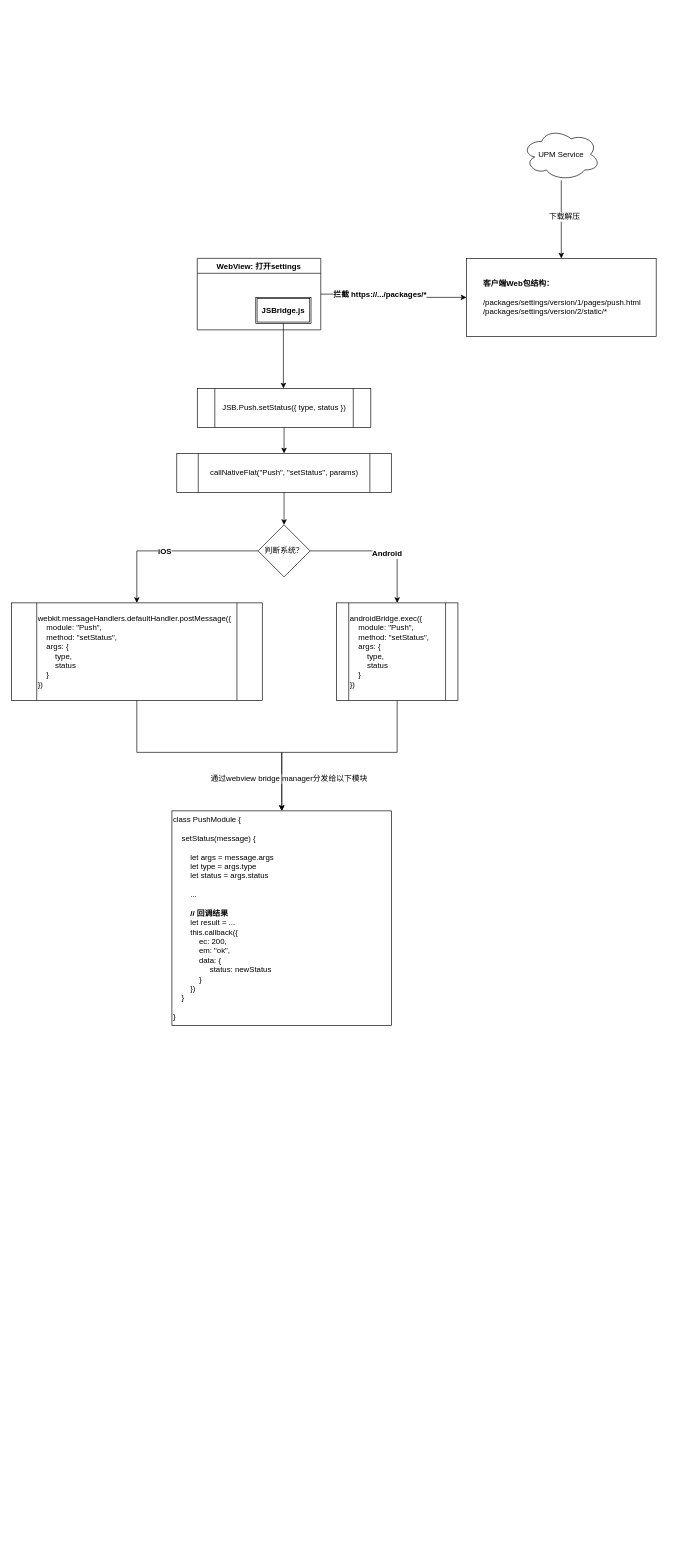
zzmingo/drawio-cache keeps this draw.io diagram as uneed/JSBridge.drawio. Above is the earlier version. Source tidied: cells renumbered, new cells numbered last; positions are measured from the earlier drawing's top-left corner, leaving out a move shared by most shapes. Both pictures are drawn from the tidied source at 65%, with x=0, y=0 at pixel (11, 128).
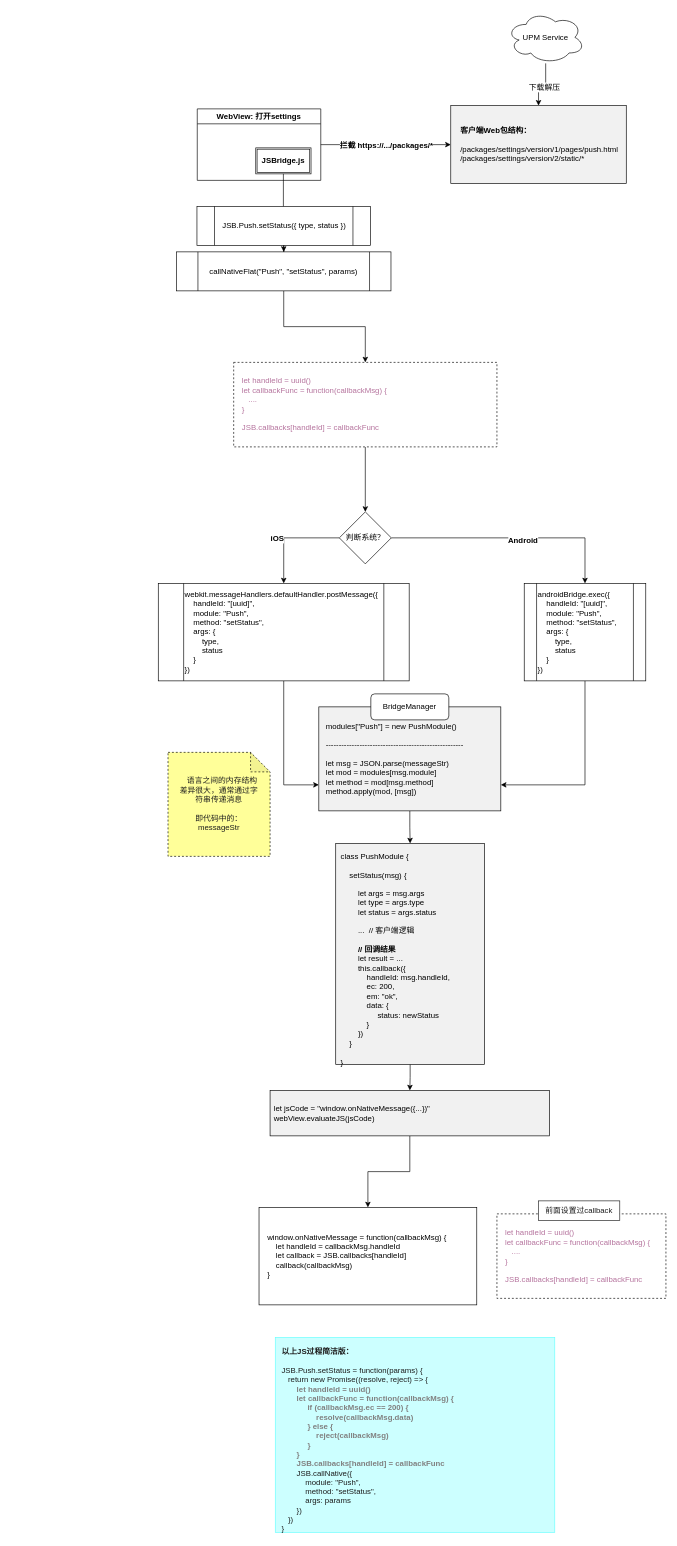
The same page after the edit.

Unchanged cells that the change refers to:
```xml
<mxCell id="6" style="edgeStyle=orthogonalEdgeStyle;rounded=0;jettySize=auto;html=1;entryX=0;entryY=0.5;entryDx=0;entryDy=0;" parent="1" edge="1" source="8" target="2">
  <mxGeometry relative="1" as="geometry" />
</mxCell>
<mxCell id="9" value="JSBridge.js" style="shape=ext;double=1;rounded=0;whiteSpace=wrap;html=1;align=center;fontStyle=1;" parent="8" vertex="1">
  <mxGeometry x="90" y="60" width="85" height="40" as="geometry" />
</mxCell>
```

The edit, as a diff of the source:
```diff
@@
-    <mxCell id="2" value="&lt;b&gt;客户端Web包结构：&lt;/b&gt;&lt;br&gt;&lt;br&gt;/packages/settings/version/1/pages/push.html&lt;br&gt;/packages/settings/version/2/static/*" style="rounded=0;whiteSpace=wrap;html=1;align=left;spacing=26;" parent="1" vertex="1">
-      <mxGeometry x="700" y="200" width="292" height="120" as="geometry" />
+    <mxCell id="2" value="&lt;b&gt;客户端Web包结构：&lt;/b&gt;&lt;br&gt;&lt;br&gt;/packages/settings/version/1/pages/push.html&lt;br&gt;/packages/settings/version/2/static/*" style="rounded=0;whiteSpace=wrap;html=1;align=left;spacing=15;fillColor=#F1F1F1;" parent="1" vertex="1">
+      <mxGeometry x="676" y="-35" width="270" height="120" as="geometry" />
     </mxCell>
@@
     <mxCell id="5" value="UPM Service" style="ellipse;shape=cloud;whiteSpace=wrap;html=1;align=center;" parent="1" vertex="1">
-      <mxGeometry x="786" width="120" height="80" as="geometry" />
+      <mxGeometry x="762" y="-180" width="120" height="80" as="geometry" />
     </mxCell>
@@
     <mxCell id="7" value="拦截 https://.../packages/*" style="text;html=1;align=center;verticalAlign=middle;labelBackgroundColor=#ffffff;fontStyle=1;" parent="6" vertex="1">
-      <mxGeometry x="-0.21" relative="1" as="geometry" />
+      <mxGeometry x="-0.21" relative="1" as="geometry">
+        <mxPoint x="21" as="offset" />
+      </mxGeometry>
     </mxCell>
     <mxCell id="8" value="WebView: 打开settings" style="swimlane;align=center;" parent="1" vertex="1">
-      <mxGeometry x="286" y="200" width="190" height="110" as="geometry" />
+      <mxGeometry x="286" y="-30" width="190" height="110" as="geometry" />
     </mxCell>
@@
     <mxCell id="10" style="edgeStyle=orthogonalEdgeStyle;rounded=0;jettySize=auto;html=1;" parent="1" edge="1" source="9">
       <mxGeometry relative="1" as="geometry">
-        <mxPoint x="418.5" y="400" as="targetPoint" />
+        <mxPoint x="418.5" y="170" as="targetPoint" />
       </mxGeometry>
     </mxCell>
@@
     <mxCell id="12" value="JSB.Push.setStatus({ type, status })" style="shape=process;whiteSpace=wrap;html=1;backgroundOutline=1;align=center;" parent="1" vertex="1">
-      <mxGeometry x="286" y="400" width="267" height="60" as="geometry" />
+      <mxGeometry x="285.5" y="120" width="267" height="60" as="geometry" />
     </mxCell>
-    <mxCell id="13" style="edgeStyle=orthogonalEdgeStyle;rounded=0;jettySize=auto;html=1;" parent="1" edge="1" source="14" target="19">
-      <mxGeometry relative="1" as="geometry" />
-    </mxCell>
+    <mxCell id="26" style="edgeStyle=orthogonalEdgeStyle;rounded=0;jettySize=auto;html=1;fontFamily=Helvetica;" parent="1" edge="1" source="14" target="37">
+      <mxGeometry relative="1" as="geometry" />
+    </mxCell>
     <mxCell id="14" value="callNativeFlat(&quot;Push&quot;, &quot;setStatus&quot;, params)" style="shape=process;whiteSpace=wrap;html=1;backgroundOutline=1;align=center;" parent="1" vertex="1">
-      <mxGeometry x="254.5" y="500" width="330" height="60" as="geometry" />
+      <mxGeometry x="254" y="190" width="330" height="60" as="geometry" />
     </mxCell>
@@
     <mxCell id="19" value="判断系统？" style="rhombus;whiteSpace=wrap;html=1;align=center;" parent="1" vertex="1">
-      <mxGeometry x="379.5" y="610" width="80" height="80" as="geometry" />
+      <mxGeometry x="504.5" y="590" width="80" height="80" as="geometry" />
     </mxCell>
-    <mxCell id="20" style="edgeStyle=orthogonalEdgeStyle;rounded=0;jettySize=auto;html=1;fontFamily=Helvetica;" parent="1" edge="1" source="22" target="25">
-      <mxGeometry relative="1" as="geometry">
-        <Array as="points">
-          <mxPoint x="193" y="960" />
-          <mxPoint x="416" y="960" />
-        </Array>
-      </mxGeometry>
-    </mxCell>
-    <mxCell id="21" value="通过webview bridge manager分发给以下模块" style="text;html=1;align=center;verticalAlign=middle;labelBackgroundColor=#ffffff;fontFamily=Helvetica;" parent="20" vertex="1">
-      <mxGeometry x="-0.17" y="-2" relative="1" as="geometry">
-        <mxPoint x="150" y="38" as="offset" />
-      </mxGeometry>
-    </mxCell>
+    <mxCell id="27" style="edgeStyle=orthogonalEdgeStyle;rounded=0;jettySize=auto;html=1;entryX=0;entryY=0.75;entryDx=0;entryDy=0;fontFamily=Helvetica;" parent="1" edge="1" source="22" target="31">
+      <mxGeometry relative="1" as="geometry" />
+    </mxCell>
-    <mxCell id="22" value="webkit.messageHandlers.defaultHandler.postMessage({&lt;br&gt;&amp;nbsp; &amp;nbsp; module: &quot;Push&quot;,&lt;br&gt;&amp;nbsp; &amp;nbsp; method: &quot;setStatus&quot;,&lt;br&gt;&amp;nbsp; &amp;nbsp; args: {&lt;br&gt;&amp;nbsp; &amp;nbsp; &amp;nbsp; &amp;nbsp; type,&lt;br&gt;&amp;nbsp; &amp;nbsp; &amp;nbsp; &amp;nbsp; status&lt;br&gt;&amp;nbsp; &amp;nbsp; }&lt;br&gt;})" style="shape=process;whiteSpace=wrap;html=1;backgroundOutline=1;align=left;fontFamily=Helvetica;" parent="1" vertex="1">
-      <mxGeometry y="730" width="386" height="150" as="geometry" />
+    <mxCell id="22" value="webkit.messageHandlers.defaultHandler.postMessage({&lt;br&gt;&amp;nbsp; &amp;nbsp; handleId: &quot;[uuid]&quot;,&lt;br&gt;&amp;nbsp; &amp;nbsp; module: &quot;Push&quot;,&lt;br&gt;&amp;nbsp; &amp;nbsp; method: &quot;setStatus&quot;,&lt;br&gt;&amp;nbsp; &amp;nbsp; args: {&lt;br&gt;&amp;nbsp; &amp;nbsp; &amp;nbsp; &amp;nbsp; type,&lt;br&gt;&amp;nbsp; &amp;nbsp; &amp;nbsp; &amp;nbsp; status&lt;br&gt;&amp;nbsp; &amp;nbsp; }&lt;br&gt;})" style="shape=process;whiteSpace=wrap;html=1;backgroundOutline=1;align=left;fontFamily=Helvetica;" parent="1" vertex="1">
+      <mxGeometry x="226" y="700" width="386" height="150" as="geometry" />
     </mxCell>
-    <mxCell id="23" style="edgeStyle=orthogonalEdgeStyle;rounded=0;jettySize=auto;html=1;entryX=0.5;entryY=0;entryDx=0;entryDy=0;fontFamily=Helvetica;" parent="1" edge="1" source="24" target="25">
-      <mxGeometry relative="1" as="geometry">
-        <Array as="points">
-          <mxPoint x="594" y="960" />
-          <mxPoint x="416" y="960" />
-        </Array>
-      </mxGeometry>
-    </mxCell>
+    <mxCell id="28" style="edgeStyle=orthogonalEdgeStyle;rounded=0;jettySize=auto;html=1;entryX=1;entryY=0.75;entryDx=0;entryDy=0;fontFamily=Helvetica;exitX=0.5;exitY=1;exitDx=0;exitDy=0;" parent="1" edge="1" source="24" target="31">
+      <mxGeometry relative="1" as="geometry" />
+    </mxCell>
-    <mxCell id="24" value="androidBridge.exec({&lt;br&gt;&amp;nbsp; &amp;nbsp; module: &quot;Push&quot;,&lt;br&gt;&amp;nbsp; &amp;nbsp; method: &quot;setStatus&quot;,&lt;br&gt;&amp;nbsp; &amp;nbsp; args: {&lt;br&gt;&amp;nbsp; &amp;nbsp; &amp;nbsp; &amp;nbsp; type,&lt;br&gt;&amp;nbsp; &amp;nbsp; &amp;nbsp; &amp;nbsp; status&lt;br&gt;&amp;nbsp; &amp;nbsp; }&lt;br&gt;})" style="shape=process;whiteSpace=wrap;html=1;backgroundOutline=1;align=left;fontFamily=Helvetica;" parent="1" vertex="1">
-      <mxGeometry x="500" y="730" width="187" height="150" as="geometry" />
+    <mxCell id="24" value="androidBridge.exec({&lt;br&gt;&amp;nbsp; &amp;nbsp; handleId: &quot;[uuid]&quot;,&lt;br&gt;&amp;nbsp; &amp;nbsp; module: &quot;Push&quot;,&lt;br&gt;&amp;nbsp; &amp;nbsp; method: &quot;setStatus&quot;,&lt;br&gt;&amp;nbsp; &amp;nbsp; args: {&lt;br&gt;&amp;nbsp; &amp;nbsp; &amp;nbsp; &amp;nbsp; type,&lt;br&gt;&amp;nbsp; &amp;nbsp; &amp;nbsp; &amp;nbsp; status&lt;br&gt;&amp;nbsp; &amp;nbsp; }&lt;br&gt;})" style="shape=process;whiteSpace=wrap;html=1;backgroundOutline=1;align=left;fontFamily=Helvetica;" parent="1" vertex="1">
+      <mxGeometry x="789" y="700" width="187" height="150" as="geometry" />
     </mxCell>
+    <mxCell id="29" style="edgeStyle=orthogonalEdgeStyle;rounded=0;jettySize=auto;html=1;entryX=0.5;entryY=0;entryDx=0;entryDy=0;fontFamily=Helvetica;" parent="1" edge="1" source="25" target="34">
+      <mxGeometry relative="1" as="geometry" />
+    </mxCell>
-    <mxCell id="25" value="class PushModule {&lt;br&gt;&lt;br&gt;&amp;nbsp; &amp;nbsp; setStatus(message) {&lt;br&gt;&lt;br&gt;&amp;nbsp; &amp;nbsp; &amp;nbsp; &amp;nbsp; let args = message.args&lt;br&gt;&amp;nbsp; &amp;nbsp; &amp;nbsp; &amp;nbsp; let type = args.type&lt;br&gt;&amp;nbsp; &amp;nbsp; &amp;nbsp; &amp;nbsp; let status = args.status&lt;br&gt;&lt;br&gt;&amp;nbsp; &amp;nbsp; &amp;nbsp; &amp;nbsp; ...&lt;br&gt;&lt;br&gt;&amp;nbsp; &amp;nbsp; &amp;nbsp; &amp;nbsp; &lt;b&gt;// 回调结果&lt;/b&gt;&lt;br&gt;&amp;nbsp; &amp;nbsp; &amp;nbsp; &amp;nbsp; let result = ...&lt;br&gt;&amp;nbsp; &amp;nbsp; &amp;nbsp; &amp;nbsp; this.callback({&lt;br&gt;&amp;nbsp; &amp;nbsp; &amp;nbsp; &amp;nbsp; &amp;nbsp; &amp;nbsp; ec: 200,&lt;br&gt;&amp;nbsp; &amp;nbsp; &amp;nbsp; &amp;nbsp; &amp;nbsp; &amp;nbsp; em: &quot;ok&quot;,&lt;br&gt;&amp;nbsp; &amp;nbsp; &amp;nbsp; &amp;nbsp; &amp;nbsp; &amp;nbsp; data: {&lt;br&gt;&amp;nbsp; &amp;nbsp; &amp;nbsp; &amp;nbsp; &amp;nbsp; &amp;nbsp; &amp;nbsp; &amp;nbsp; &amp;nbsp;status: newStatus&lt;br&gt;&amp;nbsp; &amp;nbsp; &amp;nbsp; &amp;nbsp; &amp;nbsp; &amp;nbsp; }&lt;br&gt;&amp;nbsp; &amp;nbsp; &amp;nbsp; &amp;nbsp; })&lt;br&gt;&amp;nbsp; &amp;nbsp; }&lt;br&gt;&lt;br&gt;}" style="rounded=0;whiteSpace=wrap;html=1;fontFamily=Helvetica;align=left;verticalAlign=top;" parent="1" vertex="1">
-      <mxGeometry x="247" y="1050" width="338" height="330" as="geometry" />
+    <mxCell id="25" value="class PushModule {&lt;br&gt;&lt;br&gt;&amp;nbsp; &amp;nbsp; setStatus(msg) {&lt;br&gt;&lt;br&gt;&amp;nbsp; &amp;nbsp; &amp;nbsp; &amp;nbsp; let args = msg.args&lt;br&gt;&amp;nbsp; &amp;nbsp; &amp;nbsp; &amp;nbsp; let type = args.type&lt;br&gt;&amp;nbsp; &amp;nbsp; &amp;nbsp; &amp;nbsp; let status = args.status&lt;br&gt;&lt;br&gt;&amp;nbsp; &amp;nbsp; &amp;nbsp; &amp;nbsp; ...&amp;nbsp; // 客户端逻辑&lt;br&gt;&lt;br&gt;&amp;nbsp; &amp;nbsp; &amp;nbsp; &amp;nbsp; &lt;b&gt;// 回调结果&lt;/b&gt;&lt;br&gt;&amp;nbsp; &amp;nbsp; &amp;nbsp; &amp;nbsp; let result = ...&lt;br&gt;&amp;nbsp; &amp;nbsp; &amp;nbsp; &amp;nbsp; this.callback({&lt;br&gt;&amp;nbsp; &amp;nbsp; &amp;nbsp; &amp;nbsp; &amp;nbsp; &amp;nbsp; handleId: msg.handleId,&lt;br&gt;&amp;nbsp; &amp;nbsp; &amp;nbsp; &amp;nbsp; &amp;nbsp; &amp;nbsp; ec: 200,&lt;br&gt;&amp;nbsp; &amp;nbsp; &amp;nbsp; &amp;nbsp; &amp;nbsp; &amp;nbsp; em: &quot;ok&quot;,&lt;br&gt;&amp;nbsp; &amp;nbsp; &amp;nbsp; &amp;nbsp; &amp;nbsp; &amp;nbsp; data: {&lt;br&gt;&amp;nbsp; &amp;nbsp; &amp;nbsp; &amp;nbsp; &amp;nbsp; &amp;nbsp; &amp;nbsp; &amp;nbsp; &amp;nbsp;status: newStatus&lt;br&gt;&amp;nbsp; &amp;nbsp; &amp;nbsp; &amp;nbsp; &amp;nbsp; &amp;nbsp; }&lt;br&gt;&amp;nbsp; &amp;nbsp; &amp;nbsp; &amp;nbsp; })&lt;br&gt;&amp;nbsp; &amp;nbsp; }&lt;br&gt;&lt;br&gt;}" style="rounded=0;whiteSpace=wrap;html=1;fontFamily=Helvetica;align=left;verticalAlign=top;fillColor=#F1F1F1;spacing=8;" parent="1" vertex="1">
+      <mxGeometry x="499" y="1100" width="229" height="340" as="geometry" />
     </mxCell>
+    <mxCell id="30" style="edgeStyle=orthogonalEdgeStyle;rounded=0;jettySize=auto;html=1;fontFamily=Helvetica;" parent="1" edge="1" source="31" target="25">
+      <mxGeometry relative="1" as="geometry" />
+    </mxCell>
+    <mxCell id="31" value="modules[&quot;Push&quot;] = new PushModule()&lt;br&gt;&lt;br&gt;-----------------------------------------------------&lt;br&gt;&lt;br&gt;let msg = JSON.parse(messageStr)&lt;br&gt;let mod = modules[msg.module]&lt;br&gt;let method = mod[msg.method]&lt;br&gt;method.apply(mod, [msg])" style="rounded=0;whiteSpace=wrap;html=1;fontFamily=Helvetica;align=left;spacing=11;fillColor=#F1F1F1;" parent="1" vertex="1">
+      <mxGeometry x="473" y="890" width="280" height="160" as="geometry" />
+    </mxCell>
+    <mxCell id="32" value="BridgeManager" style="rounded=1;whiteSpace=wrap;html=1;fontFamily=Helvetica;align=center;" parent="1" vertex="1">
+      <mxGeometry x="553" y="870" width="120" height="40" as="geometry" />
+    </mxCell>
+    <mxCell id="33" style="edgeStyle=orthogonalEdgeStyle;rounded=0;jettySize=auto;html=1;fontFamily=Helvetica;" parent="1" edge="1" source="34" target="35">
+      <mxGeometry relative="1" as="geometry" />
+    </mxCell>
+    <mxCell id="34" value="let jsCode = &quot;window.onNativeMessage({...})&quot;&lt;br&gt;webView.evaluateJS(jsCode)" style="rounded=0;whiteSpace=wrap;html=1;fontFamily=Helvetica;align=left;spacing=6;labelBackgroundColor=none;fillColor=#F1F1F1;" parent="1" vertex="1">
+      <mxGeometry x="398" y="1480" width="430" height="70" as="geometry" />
+    </mxCell>
+    <mxCell id="35" value="window.onNativeMessage = function(callbackMsg) {&lt;br&gt;&amp;nbsp; &amp;nbsp; let handleId = callbackMsg.handleId&lt;br&gt;&amp;nbsp; &amp;nbsp; let callback = JSB.callbacks[handleId]&lt;br&gt;&amp;nbsp; &amp;nbsp; callback(callbackMsg)&lt;br&gt;}" style="rounded=0;whiteSpace=wrap;html=1;labelBackgroundColor=none;fillColor=#FFFFFF;fontFamily=Helvetica;align=left;spacing=13;" parent="1" vertex="1">
+      <mxGeometry x="381" y="1660" width="335" height="150" as="geometry" />
+    </mxCell>
+    <mxCell id="36" style="edgeStyle=orthogonalEdgeStyle;rounded=0;jettySize=auto;html=1;fontFamily=Helvetica;" parent="1" edge="1" source="37" target="19">
+      <mxGeometry relative="1" as="geometry" />
+    </mxCell>
+    <mxCell id="37" value="let handleId = uuid()&lt;br&gt;let callbackFunc = function(callbackMsg) {&lt;br&gt;&amp;nbsp; &amp;nbsp;....&lt;br&gt;}&lt;br&gt;&lt;br&gt;JSB.callbacks[handleId] = callbackFunc" style="rounded=0;whiteSpace=wrap;html=1;labelBackgroundColor=none;fillColor=#FFFFFF;fontFamily=Helvetica;align=left;spacing=13;dashed=1;fontColor=#B5739D;" parent="1" vertex="1">
+      <mxGeometry x="342" y="360" width="405" height="130" as="geometry" />
+    </mxCell>
+    <mxCell id="38" value="let handleId = uuid()&lt;br&gt;let callbackFunc = function(callbackMsg) {&lt;br&gt;&amp;nbsp; &amp;nbsp;....&lt;br&gt;}&lt;br&gt;&lt;br&gt;JSB.callbacks[handleId] = callbackFunc" style="rounded=0;whiteSpace=wrap;html=1;labelBackgroundColor=none;fillColor=#FFFFFF;fontFamily=Helvetica;align=left;spacing=13;dashed=1;fontColor=#B5739D;" parent="1" vertex="1">
+      <mxGeometry x="747" y="1670" width="260" height="130" as="geometry" />
+    </mxCell>
+    <mxCell id="39" value="&amp;nbsp; &amp;nbsp;语言之间的内存结构差异很大，通常通过字符串传递消息&lt;br&gt;&lt;br&gt;即代码中的：messageStr" style="shape=note;whiteSpace=wrap;html=1;backgroundOutline=1;darkOpacity=0.05;dashed=1;labelBackgroundColor=none;fillColor=#FFFF99;fontFamily=Helvetica;fontColor=#1C1C1C;align=center;spacing=18;" parent="1" vertex="1">
+      <mxGeometry x="241" y="960" width="157" height="160" as="geometry" />
+    </mxCell>
+    <mxCell id="40" value="&lt;b&gt;以上JS过程简洁版：&lt;/b&gt;&lt;br&gt;&lt;br&gt;JSB.Push.setStatus = function(params) {&lt;br&gt;&amp;nbsp; &amp;nbsp;return new Promise((resolve, reject) =&amp;gt; {&lt;br&gt;&amp;nbsp; &amp;nbsp; &amp;nbsp; &amp;nbsp;&lt;font color=&quot;#808080&quot;&gt;&lt;b&gt;let handleId = uuid()&lt;br&gt;&amp;nbsp; &amp;nbsp; &amp;nbsp; &amp;nbsp;let callbackFunc = function(callbackMsg) {&lt;br&gt;&amp;nbsp; &amp;nbsp; &amp;nbsp; &amp;nbsp; &amp;nbsp; &amp;nbsp; if (callbackMsg.ec == 200) {&lt;br&gt;&amp;nbsp; &amp;nbsp; &amp;nbsp; &amp;nbsp; &amp;nbsp; &amp;nbsp; &amp;nbsp; &amp;nbsp; resolve(callbackMsg.data)&lt;br&gt;&amp;nbsp; &amp;nbsp; &amp;nbsp; &amp;nbsp; &amp;nbsp; &amp;nbsp; } else {&lt;br&gt;&amp;nbsp; &amp;nbsp; &amp;nbsp; &amp;nbsp; &amp;nbsp; &amp;nbsp; &amp;nbsp; &amp;nbsp; reject(callbackMsg)&lt;br&gt;&amp;nbsp; &amp;nbsp; &amp;nbsp; &amp;nbsp; &amp;nbsp; &amp;nbsp; }&lt;br&gt;&amp;nbsp; &amp;nbsp; &amp;nbsp; &amp;nbsp;}&lt;br&gt;&lt;/b&gt;&lt;b&gt;&amp;nbsp; &amp;nbsp; &amp;nbsp; &amp;nbsp;JSB.callbacks[handleId] = callbackFunc&lt;/b&gt;&lt;/font&gt;&lt;br&gt;&amp;nbsp; &amp;nbsp; &amp;nbsp; &amp;nbsp;JSB.callNative({ &lt;br&gt;&amp;nbsp; &amp;nbsp; &amp;nbsp; &amp;nbsp; &amp;nbsp; &amp;nbsp;module: &quot;Push&quot;,&lt;br&gt;&amp;nbsp; &amp;nbsp; &amp;nbsp; &amp;nbsp; &amp;nbsp; &amp;nbsp;method: &quot;setStatus&quot;,&lt;br&gt;&amp;nbsp; &amp;nbsp; &amp;nbsp; &amp;nbsp; &amp;nbsp; &amp;nbsp;args: params&lt;br&gt;&amp;nbsp; &amp;nbsp; &amp;nbsp; &amp;nbsp;})&lt;br&gt;&amp;nbsp; &amp;nbsp;})&lt;br&gt;}" style="rounded=0;whiteSpace=wrap;html=1;labelBackgroundColor=none;fillColor=#CCFFFF;fontFamily=Helvetica;fontColor=#1C1C1C;align=left;spacing=10;verticalAlign=top;strokeColor=#66FFFF;" parent="1" vertex="1">
+      <mxGeometry x="406" y="1860" width="430" height="300" as="geometry" />
+    </mxCell>
+    <mxCell id="41" value="前面设置过callback" style="rounded=0;whiteSpace=wrap;html=1;labelBackgroundColor=none;strokeColor=#1C1C1C;fillColor=#FFFFFF;fontFamily=Helvetica;fontColor=#1C1C1C;align=center;" parent="1" vertex="1">
+      <mxGeometry x="811" y="1650" width="125" height="30" as="geometry" />
+    </mxCell>
```
